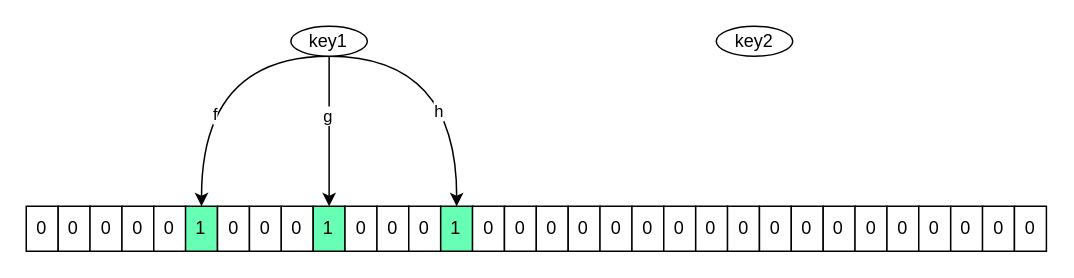
LiHuiBin1995/study-java keeps this draw.io diagram as redis/布隆过滤器.drawio. Above is the earlier version. Source tidied: cells renumbered, new cells numbered last; positions are measured from the earlier drawing's top-left corner, leaving out a move shared by most shapes. Both pictures are drawn from the tidied source at 150%, with x=0, y=0 at pixel (26, 26).
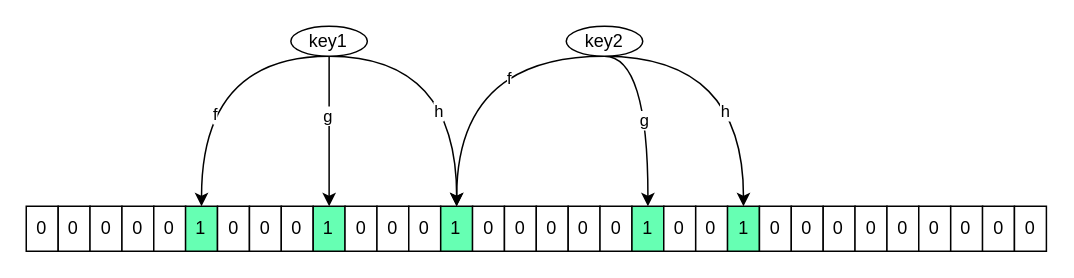
The same diagram, later.

Commit message (it also covers changes not shown here):
更新布隆过滤器.drawio

The change refers to these unchanged cells:
```xml
<mxCell id="2" style="group;" parent="1" vertex="1">
  <mxGeometry y="120" width="680" height="30" as="geometry" />
</mxCell>
<mxCell id="16" value="1" style="rounded=0;whiteSpace=wrap;html=1;fillColor=#66FFB3;" parent="2" vertex="1">
  <mxGeometry x="276.3" width="21.3" height="30" as="geometry" />
</mxCell>
```

Change to the diagram source:
```diff
@@
-    <mxCell id="22" value="0" style="rounded=0;whiteSpace=wrap;html=1;" parent="2" vertex="1">
+    <mxCell id="22" value="1" style="rounded=0;whiteSpace=wrap;html=1;fillColor=#66FFB3;" parent="2" vertex="1">
       <mxGeometry x="403.8" width="21.3" height="30" as="geometry" />
     </mxCell>
@@
-    <mxCell id="25" value="0" style="rounded=0;whiteSpace=wrap;html=1;" parent="2" vertex="1">
+    <mxCell id="25" value="1" style="rounded=0;whiteSpace=wrap;html=1;fillColor=#66FFB3;" parent="2" vertex="1">
       <mxGeometry x="467.5" width="21.3" height="30" as="geometry" />
     </mxCell>
@@
+    <mxCell id="43" style="edgeStyle=orthogonalEdgeStyle;curved=1;rounded=0;jettySize=auto;html=1;exitX=0.5;exitY=1;exitDx=0;exitDy=0;entryX=0.5;entryY=0;entryDx=0;entryDy=0;" parent="1" edge="1" source="42" target="16">
+      <mxGeometry relative="1" as="geometry">
+        <Array as="points">
+          <mxPoint x="287" y="20" />
+        </Array>
+      </mxGeometry>
+    </mxCell>
+    <mxCell id="44" value="f" style="edgeLabel;html=1;align=center;verticalAlign=middle;" parent="43" vertex="1">
+      <mxGeometry x="-0.36" y="14" relative="1" as="geometry" />
+    </mxCell>
+    <mxCell id="45" style="edgeStyle=orthogonalEdgeStyle;curved=1;rounded=0;jettySize=auto;html=1;exitX=0.5;exitY=1;exitDx=0;exitDy=0;entryX=0.5;entryY=0;entryDx=0;entryDy=0;" parent="1" edge="1" source="42" target="22">
+      <mxGeometry relative="1" as="geometry">
+        <Array as="points">
+          <mxPoint x="414" y="20" />
+        </Array>
+      </mxGeometry>
+    </mxCell>
+    <mxCell id="46" value="g" style="edgeLabel;html=1;align=center;verticalAlign=middle;" parent="45" vertex="1">
+      <mxGeometry x="0.11" y="-3" relative="1" as="geometry" />
+    </mxCell>
+    <mxCell id="47" style="edgeStyle=orthogonalEdgeStyle;curved=1;rounded=0;jettySize=auto;html=1;exitX=0.5;exitY=1;exitDx=0;exitDy=0;entryX=0.5;entryY=0;entryDx=0;entryDy=0;" parent="1" edge="1" source="42" target="25">
+      <mxGeometry relative="1" as="geometry">
+        <Array as="points">
+          <mxPoint x="478" y="20" />
+        </Array>
+      </mxGeometry>
+    </mxCell>
+    <mxCell id="48" value="h" style="edgeLabel;html=1;align=center;verticalAlign=middle;" parent="47" vertex="1">
+      <mxGeometry x="0.34" y="-13" relative="1" as="geometry" />
+    </mxCell>
     <mxCell id="42" value="key2" style="ellipse;whiteSpace=wrap;html=1;" parent="1" vertex="1">
-      <mxGeometry x="460" width="51" height="20" as="geometry" />
+      <mxGeometry x="360" width="51" height="20" as="geometry" />
     </mxCell>
```
